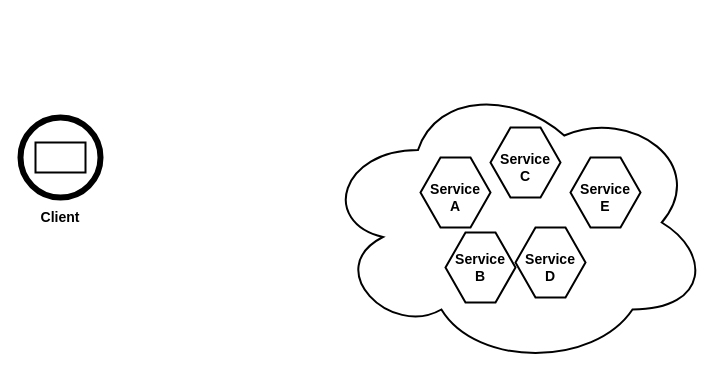
The draw.io diagram page "template" (1 of 2) of distributed-access-mgmt-patterns-identity-service.drawio in kayaman/diagrams, before the edit. Source tidied: cells renumbered, new cells numbered last; positions are measured from the earlier drawing's top-left corner, leaving out a move shared by most shapes. Both pictures are drawn from the tidied source at 100%, with x=0, y=0 at pixel (20, 77).
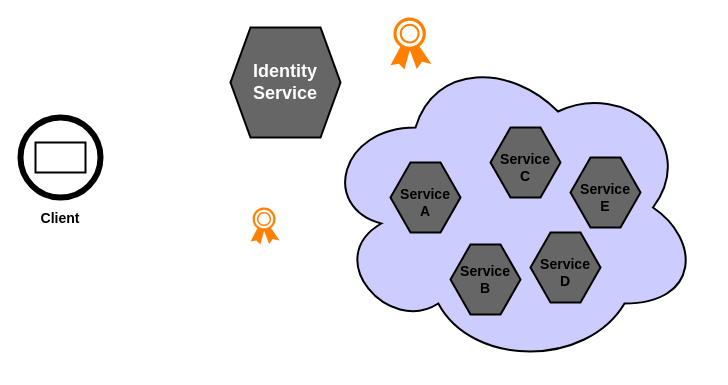
The same page after the edit.

Unchanged cells that the change refers to:
```xml
<mxCell id="2" style="group;" parent="1" vertex="1">
  <mxGeometry y="40" width="80" height="110" as="geometry" />
</mxCell>
<mxCell id="16" style="group;" parent="1" vertex="1">
  <mxGeometry x="470" y="50" width="70" height="70" as="geometry" />
</mxCell>
<mxCell id="19" style="group;" parent="1" vertex="1">
  <mxGeometry x="550" y="80" width="70" height="70" as="geometry" />
</mxCell>
```

Change to the diagram source:
```diff
@@
-    <mxCell id="5" value="&lt;font style=&quot;font-size: 14px&quot;&gt;&lt;b&gt;Client&lt;/b&gt;&lt;/font&gt;" style="text;html=1;strokeColor=none;fillColor=none;align=center;verticalAlign=middle;whiteSpace=wrap;rounded=0;" parent="2" vertex="1">
+    <mxCell id="5" value="&lt;font style=&quot;font-size: 14px&quot;&gt;&lt;b&gt;Client&lt;/b&gt;&lt;/font&gt;" style="text;html=1;strokeColor=none;fillColor=none;align=center;verticalAlign=middle;whiteSpace=wrap;rounded=0;fontSize=16;" parent="2" vertex="1">
       <mxGeometry x="20" y="90" width="40" height="20" as="geometry" />
     </mxCell>
-    <mxCell id="6" style="ellipse;shape=cloud;whiteSpace=wrap;html=1;strokeWidth=2;" parent="1" vertex="1">
-      <mxGeometry x="300" width="390" height="290" as="geometry" />
+    <mxCell id="6" style="ellipse;shape=cloud;whiteSpace=wrap;html=1;strokeWidth=2;fillColor=#CCCCFF;" parent="1" vertex="1">
+      <mxGeometry x="300" y="-30" width="380" height="320" as="geometry" />
     </mxCell>
     <mxCell id="7" style="group;" parent="1" vertex="1">
-      <mxGeometry x="400" y="80" width="70" height="70" as="geometry" />
+      <mxGeometry x="370" y="85" width="70" height="70" as="geometry" />
     </mxCell>
-    <mxCell id="8" style="shape=hexagon;perimeter=hexagonPerimeter2;whiteSpace=wrap;html=1;fixedSize=1;strokeWidth=2;" parent="7" vertex="1">
+    <mxCell id="8" style="shape=hexagon;perimeter=hexagonPerimeter2;whiteSpace=wrap;html=1;fixedSize=1;strokeWidth=2;fillColor=#666666;" parent="7" vertex="1">
       <mxGeometry width="70" height="70" as="geometry" />
     </mxCell>
-    <mxCell id="9" value="&lt;font style=&quot;font-size: 14px&quot;&gt;&lt;b&gt;Service&lt;br&gt;A&lt;/b&gt;&lt;/font&gt;" style="text;html=1;strokeColor=none;fillColor=none;align=center;verticalAlign=middle;whiteSpace=wrap;rounded=0;" parent="7" vertex="1">
+    <mxCell id="9" value="&lt;font style=&quot;font-size: 14px&quot;&gt;&lt;b&gt;Service&lt;br&gt;A&lt;/b&gt;&lt;/font&gt;" style="text;html=1;strokeColor=none;fillColor=#666666;align=center;verticalAlign=middle;whiteSpace=wrap;rounded=0;" parent="7" vertex="1">
       <mxGeometry x="15" y="30" width="40" height="20" as="geometry" />
     </mxCell>
     <mxCell id="10" style="group;" parent="1" vertex="1">
-      <mxGeometry x="425" y="155" width="70" height="70" as="geometry" />
+      <mxGeometry x="430" y="167" width="70" height="70" as="geometry" />
     </mxCell>
-    <mxCell id="11" style="shape=hexagon;perimeter=hexagonPerimeter2;whiteSpace=wrap;html=1;fixedSize=1;strokeWidth=2;" parent="10" vertex="1">
+    <mxCell id="11" style="shape=hexagon;perimeter=hexagonPerimeter2;whiteSpace=wrap;html=1;fixedSize=1;strokeWidth=2;fillColor=#666666;" parent="10" vertex="1">
       <mxGeometry width="70" height="70" as="geometry" />
     </mxCell>
@@
     <mxCell id="13" style="group;" parent="1" vertex="1">
-      <mxGeometry x="495" y="150" width="70" height="70" as="geometry" />
+      <mxGeometry x="510" y="155" width="70" height="70" as="geometry" />
     </mxCell>
-    <mxCell id="14" style="shape=hexagon;perimeter=hexagonPerimeter2;whiteSpace=wrap;html=1;fixedSize=1;strokeWidth=2;" parent="13" vertex="1">
+    <mxCell id="14" style="shape=hexagon;perimeter=hexagonPerimeter2;whiteSpace=wrap;html=1;fixedSize=1;strokeWidth=2;fillColor=#666666;" parent="13" vertex="1">
       <mxGeometry width="70" height="70" as="geometry" />
     </mxCell>
@@
-    <mxCell id="17" style="shape=hexagon;perimeter=hexagonPerimeter2;whiteSpace=wrap;html=1;fixedSize=1;strokeWidth=2;" parent="16" vertex="1">
+    <mxCell id="17" style="shape=hexagon;perimeter=hexagonPerimeter2;whiteSpace=wrap;html=1;fixedSize=1;strokeWidth=2;fillColor=#666666;" parent="16" vertex="1">
       <mxGeometry width="70" height="70" as="geometry" />
     </mxCell>
-    <mxCell id="18" value="&lt;font style=&quot;font-size: 14px&quot;&gt;&lt;b&gt;Service&lt;br&gt;C&lt;/b&gt;&lt;/font&gt;" style="text;html=1;strokeColor=none;fillColor=none;align=center;verticalAlign=middle;whiteSpace=wrap;rounded=0;" parent="16" vertex="1">
+    <mxCell id="18" value="&lt;font style=&quot;font-size: 14px&quot;&gt;&lt;b&gt;Service&lt;br&gt;C&lt;/b&gt;&lt;/font&gt;" style="text;html=1;strokeColor=none;fillColor=#666666;align=center;verticalAlign=middle;whiteSpace=wrap;rounded=0;" parent="16" vertex="1">
       <mxGeometry x="15" y="30" width="40" height="20" as="geometry" />
     </mxCell>
@@
-    <mxCell id="20" style="shape=hexagon;perimeter=hexagonPerimeter2;whiteSpace=wrap;html=1;fixedSize=1;strokeWidth=2;" parent="19" vertex="1">
+    <mxCell id="20" style="shape=hexagon;perimeter=hexagonPerimeter2;whiteSpace=wrap;html=1;fixedSize=1;strokeWidth=2;fillColor=#666666;" parent="19" vertex="1">
       <mxGeometry width="70" height="70" as="geometry" />
     </mxCell>
@@
+    <mxCell id="22" style="shadow=0;dashed=0;html=1;strokeColor=none;fillColor=#FF8000;labelPosition=center;verticalLabelPosition=bottom;verticalAlign=top;align=center;shape=mxgraph.office.security.token;" parent="1" vertex="1">
+      <mxGeometry x="370" y="-60" width="41" height="52" as="geometry" />
+    </mxCell>
+    <mxCell id="23" style="shadow=0;dashed=0;html=1;strokeColor=none;fillColor=#FF8000;labelPosition=center;verticalLabelPosition=bottom;verticalAlign=top;align=center;shape=mxgraph.office.security.token;" parent="1" vertex="1">
+      <mxGeometry x="230" y="130" width="29" height="37" as="geometry" />
+    </mxCell>
+    <mxCell id="24" style="group;" parent="1" vertex="1">
+      <mxGeometry x="210" y="-50" width="110" height="110" as="geometry" />
+    </mxCell>
+    <mxCell id="25" style="group;" parent="24" vertex="1">
+      <mxGeometry width="110" height="110" as="geometry" />
+    </mxCell>
+    <mxCell id="26" style="group;" parent="25" vertex="1">
+      <mxGeometry width="110" height="110" as="geometry" />
+    </mxCell>
+    <mxCell id="27" style="shape=hexagon;perimeter=hexagonPerimeter2;whiteSpace=wrap;html=1;fixedSize=1;strokeWidth=2;fillColor=#666666;" parent="26" vertex="1">
+      <mxGeometry width="110" height="110" as="geometry" />
+    </mxCell>
+    <mxCell id="28" value="&lt;b&gt;&lt;font style=&quot;font-size: 18px&quot; color=&quot;#ffffff&quot;&gt;Identity&lt;br&gt;Service&lt;/font&gt;&lt;/b&gt;" style="text;html=1;strokeColor=none;fillColor=none;align=center;verticalAlign=middle;whiteSpace=wrap;rounded=0;shadow=0;" parent="26" vertex="1">
+      <mxGeometry x="35" y="45" width="40" height="20" as="geometry" />
+    </mxCell>
```
